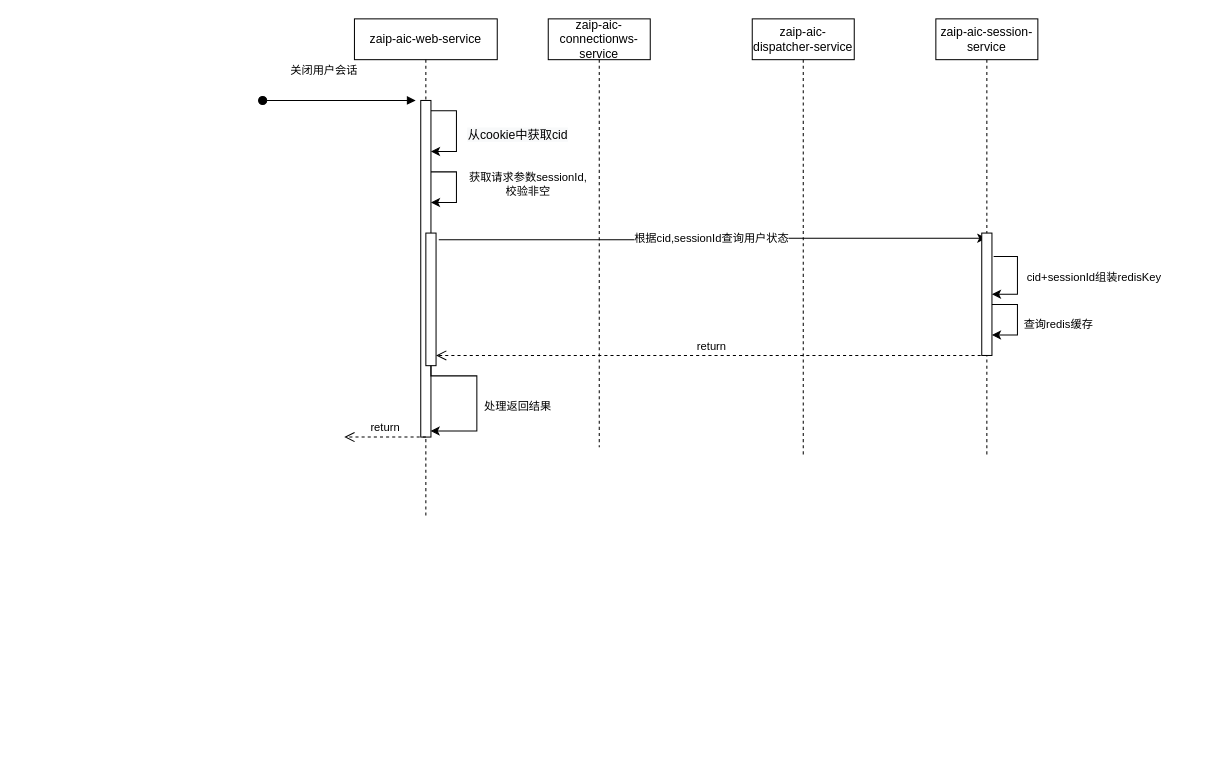
The draw.io diagram 关闭会话.drawio in hack0303/draw.io-store, before the edit. Source tidied: cells renumbered, new cells numbered last; positions are measured from the earlier drawing's top-left corner, leaving out a move shared by most shapes. Both pictures are drawn from the tidied source at 102%, with x=0, y=0 at pixel (262, 18).
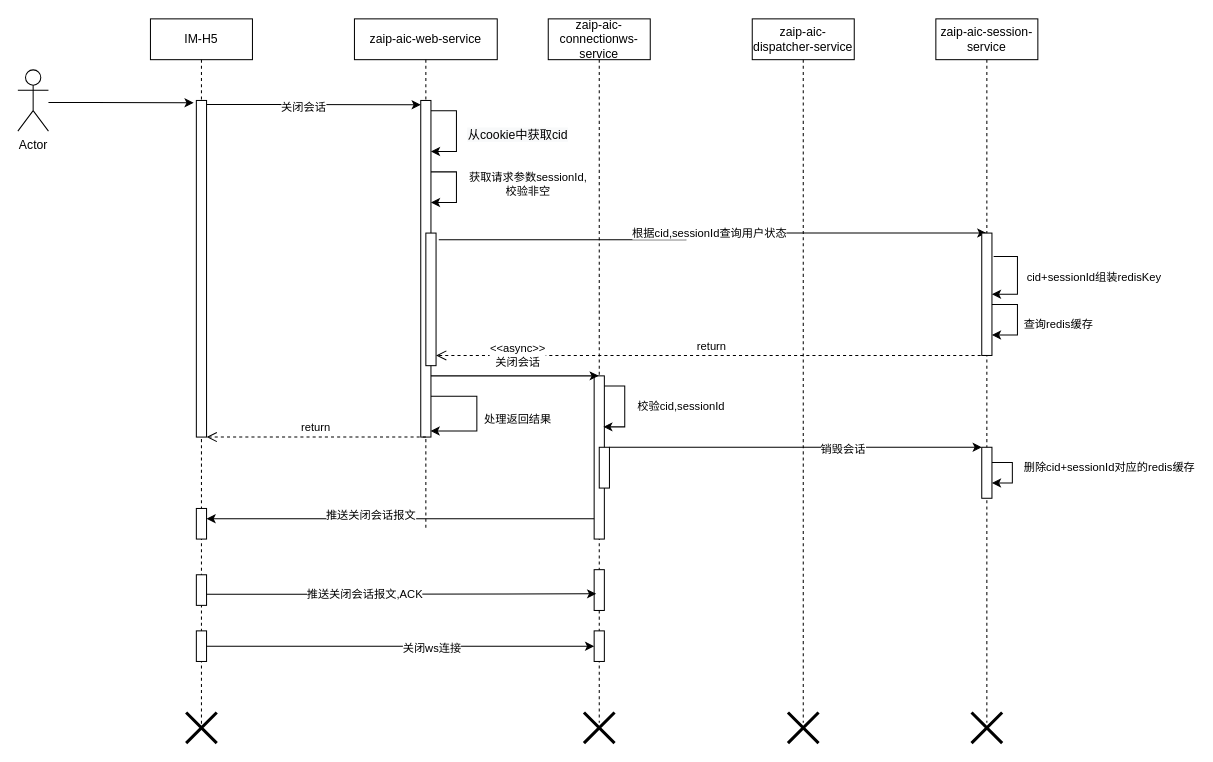
Above is the later version.

Commit message:
更新关闭会话.drawio

Unchanged cells that the change refers to:
```xml
<mxCell id="10" style="html=1;points=[];perimeter=orthogonalPerimeter;" parent="9" vertex="1">
  <mxGeometry x="65" y="80" width="10" height="330" as="geometry" />
</mxCell>
<mxCell id="15" style="html=1;points=[];perimeter=orthogonalPerimeter;" parent="9" vertex="1">
  <mxGeometry x="70" y="210" width="10" height="130" as="geometry" />
</mxCell>
```

Change to the diagram source:
```diff
@@
     <mxCell id="2" value="根据cid,sessionId查询用户状态" style="edgeStyle=orthogonalEdgeStyle;rounded=0;jettySize=auto;html=1;exitX=1.267;exitY=0.05;exitDx=0;exitDy=0;exitPerimeter=0;" parent="1" edge="1" source="15" target="4">
-      <mxGeometry relative="1" as="geometry" />
+      <mxGeometry relative="1" as="geometry">
+        <Array as="points">
+          <mxPoint x="415" y="217" />
+          <mxPoint x="415" y="210" />
+        </Array>
+      </mxGeometry>
     </mxCell>
     <mxCell id="3" value="zaip-aic-connectionws-service" style="shape=umlLifeline;perimeter=lifelinePerimeter;whiteSpace=wrap;html=1;outlineConnect=0;" parent="1" vertex="1">
-      <mxGeometry x="280" width="100" height="420" as="geometry" />
+      <mxGeometry x="280" width="100" height="690" as="geometry" />
     </mxCell>
+    <mxCell id="18" style="html=1;points=[];perimeter=orthogonalPerimeter;" parent="3" vertex="1">
+      <mxGeometry x="45" y="350" width="10" height="160" as="geometry" />
+    </mxCell>
+    <mxCell id="19" value="校验cid,sessionId" style="edgeStyle=orthogonalEdgeStyle;rounded=0;jettySize=auto;html=1;" parent="3" edge="1" source="18">
+      <mxGeometry x="-0.02" y="55" relative="1" as="geometry">
+        <mxPoint x="54" y="400" as="targetPoint" />
+        <Array as="points">
+          <mxPoint x="75" y="360" />
+          <mxPoint x="75" y="400" />
+          <mxPoint x="54" y="400" />
+        </Array>
+      </mxGeometry>
+    </mxCell>
+    <mxCell id="20" style="html=1;points=[];perimeter=orthogonalPerimeter;" parent="3" vertex="1">
+      <mxGeometry x="50" y="420" width="10" height="40" as="geometry" />
+    </mxCell>
+    <mxCell id="21" style="html=1;points=[];perimeter=orthogonalPerimeter;" parent="3" vertex="1">
+      <mxGeometry x="45" y="540" width="10" height="40" as="geometry" />
+    </mxCell>
+    <mxCell id="22" style="html=1;points=[];perimeter=orthogonalPerimeter;" parent="3" vertex="1">
+      <mxGeometry x="45" y="600" width="10" height="30" as="geometry" />
+    </mxCell>
     <mxCell id="4" value="zaip-aic-session-service" style="shape=umlLifeline;perimeter=lifelinePerimeter;whiteSpace=wrap;html=1;outlineConnect=0;" parent="1" vertex="1">
-      <mxGeometry x="660" width="100" height="430" as="geometry" />
+      <mxGeometry x="660" width="100" height="690" as="geometry" />
     </mxCell>
@@
+    <mxCell id="23" style="html=1;points=[];perimeter=orthogonalPerimeter;" parent="4" vertex="1">
+      <mxGeometry x="45" y="420" width="10" height="50" as="geometry" />
+    </mxCell>
+    <mxCell id="24" value="删除cid+sessionId对应的redis缓存" style="edgeStyle=orthogonalEdgeStyle;rounded=0;orthogonalLoop=1;jettySize=auto;html=1;" parent="4" edge="1" source="23" target="23">
+      <mxGeometry x="-0.17" y="95" relative="1" as="geometry" />
+    </mxCell>
     <mxCell id="8" value="zaip-aic-dispatcher-service" style="shape=umlLifeline;perimeter=lifelinePerimeter;whiteSpace=wrap;html=1;" parent="1" vertex="1">
-      <mxGeometry x="480" width="100" height="430" as="geometry" />
+      <mxGeometry x="480" width="100" height="690" as="geometry" />
     </mxCell>
     <mxCell id="9" value="zaip-aic-web-service" style="shape=umlLifeline;perimeter=lifelinePerimeter;whiteSpace=wrap;html=1;" parent="1" vertex="1">
-      <mxGeometry x="90" width="140" height="490" as="geometry" />
+      <mxGeometry x="90" width="140" height="500" as="geometry" />
     </mxCell>
@@
-    <mxCell id="12" value="关闭用户会话" style="html=1;verticalAlign=bottom;startArrow=oval;startFill=1;endArrow=block;startSize=8;rounded=0;" parent="9" edge="1">
-      <mxGeometry x="-0.2" y="20" relative="1" as="geometry">
-        <mxPoint x="-90" y="80" as="sourcePoint" />
-        <mxPoint x="60" y="80" as="targetPoint" />
-      </mxGeometry>
-    </mxCell>
@@
-    <mxCell id="14" value="处理返回结果" style="edgeStyle=orthogonalEdgeStyle;rounded=0;jettySize=auto;html=1;entryX=0.967;entryY=0.982;entryDx=0;entryDy=0;entryPerimeter=0;" parent="9" edge="1" source="15" target="10">
+    <mxCell id="14" value="处理返回结果" style="edgeStyle=orthogonalEdgeStyle;rounded=0;jettySize=auto;html=1;entryX=0.967;entryY=0.982;entryDx=0;entryDy=0;entryPerimeter=0;" parent="9" edge="1" target="10">
       <mxGeometry x="0.1" y="40" relative="1" as="geometry">
+        <mxPoint x="75" y="370" as="sourcePoint" />
         <Array as="points">
-          <mxPoint x="75" y="350" />
-          <mxPoint x="120" y="350" />
+          <mxPoint x="75" y="370" />
+          <mxPoint x="120" y="370" />
           <mxPoint x="120" y="404" />
         </Array>
       </mxGeometry>
     </mxCell>
@@
-    <mxCell id="17" value="return" style="html=1;verticalAlign=bottom;endArrow=open;dashed=1;endSize=8;rounded=0;" parent="1" edge="1">
+    <mxCell id="17" value="return" style="html=1;verticalAlign=bottom;endArrow=open;dashed=1;endSize=8;rounded=0;" parent="1" edge="1" target="31">
       <mxGeometry relative="1" as="geometry">
         <mxPoint x="160" y="410" as="sourcePoint" />
-        <mxPoint x="80" y="410" as="targetPoint" />
       </mxGeometry>
     </mxCell>
+    <mxCell id="25" value="&amp;lt;&amp;lt;async&amp;gt;&amp;gt;&lt;br&gt;关闭会话" style="edgeStyle=orthogonalEdgeStyle;rounded=0;jettySize=auto;html=1;" parent="1" edge="1" source="10" target="3">
+      <mxGeometry x="0.03" y="20" relative="1" as="geometry">
+        <Array as="points">
+          <mxPoint x="260" y="350" />
+          <mxPoint x="260" y="350" />
+        </Array>
+      </mxGeometry>
+    </mxCell>
+    <mxCell id="26" style="edgeStyle=orthogonalEdgeStyle;rounded=0;jettySize=auto;html=1;" parent="1" edge="1" source="20">
+      <mxGeometry relative="1" as="geometry">
+        <mxPoint x="705" y="420" as="targetPoint" />
+        <Array as="points">
+          <mxPoint x="705" y="420" />
+        </Array>
+      </mxGeometry>
+    </mxCell>
+    <mxCell id="27" value="销毁会话" style="edgeLabel;html=1;align=center;verticalAlign=middle;" parent="26" vertex="1">
+      <mxGeometry x="0.25" y="-1" relative="1" as="geometry" />
+    </mxCell>
+    <mxCell id="28" style="edgeStyle=orthogonalEdgeStyle;rounded=0;jettySize=auto;html=1;entryX=-0.267;entryY=0.007;entryDx=0;entryDy=0;entryPerimeter=0;" parent="1" edge="1" source="29" target="31">
+      <mxGeometry relative="1" as="geometry">
+        <Array as="points">
+          <mxPoint x="-170" y="82" />
+          <mxPoint x="-170" y="82" />
+        </Array>
+      </mxGeometry>
+    </mxCell>
+    <mxCell id="29" value="Actor" style="shape=umlActor;verticalLabelPosition=bottom;verticalAlign=top;html=1;" parent="1" vertex="1">
+      <mxGeometry x="-240" y="50" width="30" height="60" as="geometry" />
+    </mxCell>
+    <mxCell id="30" value="IM-H5" style="shape=umlLifeline;perimeter=lifelinePerimeter;whiteSpace=wrap;html=1;" parent="1" vertex="1">
+      <mxGeometry x="-110" width="100" height="700" as="geometry" />
+    </mxCell>
+    <mxCell id="31" style="html=1;points=[];perimeter=orthogonalPerimeter;" parent="30" vertex="1">
+      <mxGeometry x="45" y="80" width="10" height="330" as="geometry" />
+    </mxCell>
+    <mxCell id="32" style="html=1;points=[];perimeter=orthogonalPerimeter;" parent="30" vertex="1">
+      <mxGeometry x="45" y="545" width="10" height="30" as="geometry" />
+    </mxCell>
+    <mxCell id="33" style="html=1;points=[];perimeter=orthogonalPerimeter;" parent="30" vertex="1">
+      <mxGeometry x="45" y="600" width="10" height="30" as="geometry" />
+    </mxCell>
+    <mxCell id="34" style="shape=umlDestroy;whiteSpace=wrap;html=1;strokeWidth=3;" parent="30" vertex="1">
+      <mxGeometry x="35" y="680" width="30" height="30" as="geometry" />
+    </mxCell>
+    <mxCell id="35" style="edgeStyle=orthogonalEdgeStyle;rounded=0;jettySize=auto;html=1;entryX=0;entryY=0.013;entryDx=0;entryDy=0;entryPerimeter=0;" parent="1" edge="1" source="31" target="10">
+      <mxGeometry relative="1" as="geometry">
+        <Array as="points">
+          <mxPoint y="84" />
+          <mxPoint y="84" />
+        </Array>
+      </mxGeometry>
+    </mxCell>
+    <mxCell id="36" value="关闭会话" style="edgeLabel;html=1;align=center;verticalAlign=middle;" parent="35" vertex="1">
+      <mxGeometry x="-0.2" y="-2" relative="1" as="geometry">
+        <mxPoint x="11" as="offset" />
+      </mxGeometry>
+    </mxCell>
+    <mxCell id="37" style="html=1;points=[];perimeter=orthogonalPerimeter;" parent="1" vertex="1">
+      <mxGeometry x="-65" y="480" width="10" height="30" as="geometry" />
+    </mxCell>
+    <mxCell id="38" style="edgeStyle=orthogonalEdgeStyle;rounded=0;jettySize=auto;html=1;" parent="1" edge="1" source="18" target="37">
+      <mxGeometry relative="1" as="geometry">
+        <Array as="points">
+          <mxPoint x="210" y="490" />
+          <mxPoint x="210" y="490" />
+        </Array>
+      </mxGeometry>
+    </mxCell>
+    <mxCell id="39" value="推送关闭会话报文" style="edgeLabel;html=1;align=center;verticalAlign=middle;" parent="38" vertex="1">
+      <mxGeometry x="0.16" y="-4" relative="1" as="geometry" />
+    </mxCell>
+    <mxCell id="40" style="edgeStyle=orthogonalEdgeStyle;rounded=0;jettySize=auto;html=1;entryX=0.2;entryY=0.592;entryDx=0;entryDy=0;entryPerimeter=0;" parent="1" edge="1" source="32" target="21">
+      <mxGeometry relative="1" as="geometry">
+        <Array as="points">
+          <mxPoint x="40" y="564" />
+          <mxPoint x="40" y="564" />
+        </Array>
+      </mxGeometry>
+    </mxCell>
+    <mxCell id="41" value="推送关闭会话报文,ACK" style="edgeLabel;html=1;align=center;verticalAlign=middle;" parent="40" vertex="1">
+      <mxGeometry x="-0.19" relative="1" as="geometry" />
+    </mxCell>
+    <mxCell id="42" style="edgeStyle=orthogonalEdgeStyle;rounded=0;jettySize=auto;html=1;" parent="1" edge="1" source="33" target="22">
+      <mxGeometry relative="1" as="geometry" />
+    </mxCell>
+    <mxCell id="43" value="关闭ws连接" style="edgeLabel;html=1;align=center;verticalAlign=middle;" parent="42" vertex="1">
+      <mxGeometry x="0.16" y="-1" relative="1" as="geometry" />
+    </mxCell>
+    <mxCell id="44" style="shape=umlDestroy;whiteSpace=wrap;html=1;strokeWidth=3;" parent="1" vertex="1">
+      <mxGeometry x="315" y="680" width="30" height="30" as="geometry" />
+    </mxCell>
+    <mxCell id="45" style="shape=umlDestroy;whiteSpace=wrap;html=1;strokeWidth=3;" parent="1" vertex="1">
+      <mxGeometry x="515" y="680" width="30" height="30" as="geometry" />
+    </mxCell>
+    <mxCell id="46" style="shape=umlDestroy;whiteSpace=wrap;html=1;strokeWidth=3;" parent="1" vertex="1">
+      <mxGeometry x="695" y="680" width="30" height="30" as="geometry" />
+    </mxCell>
```
